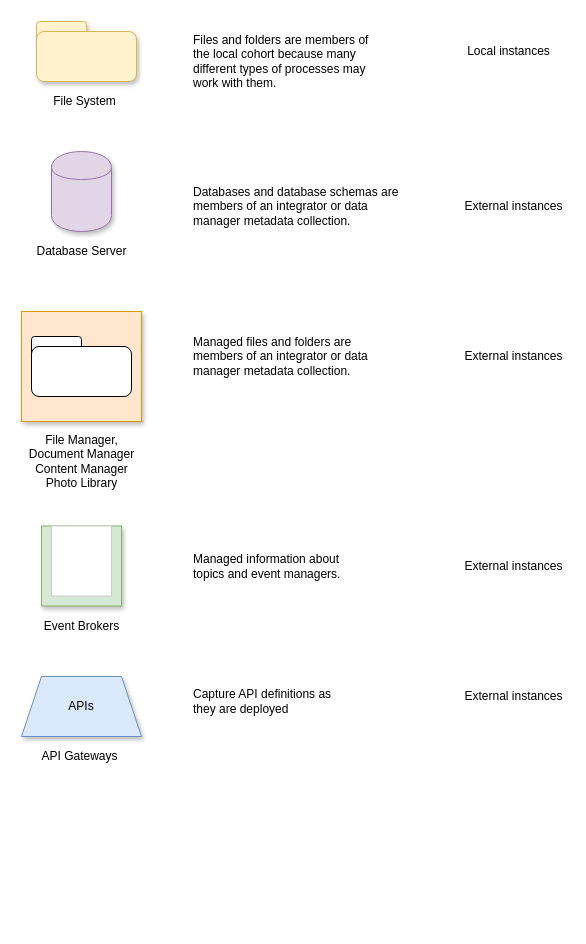
Before: page "data-managers" (1 of 5) of open-metadata-implementation/access-services/data-manager/docs/data-managers.drawio in odpi/egeria, a draw.io diagram. Source tidied: cells renumbered, new cells numbered last; positions are measured from the earlier drawing's top-left corner, leaving out a move shared by most shapes. Both pictures are drawn from the tidied source at 100%, with x=0, y=0 at pixel (21, 21).
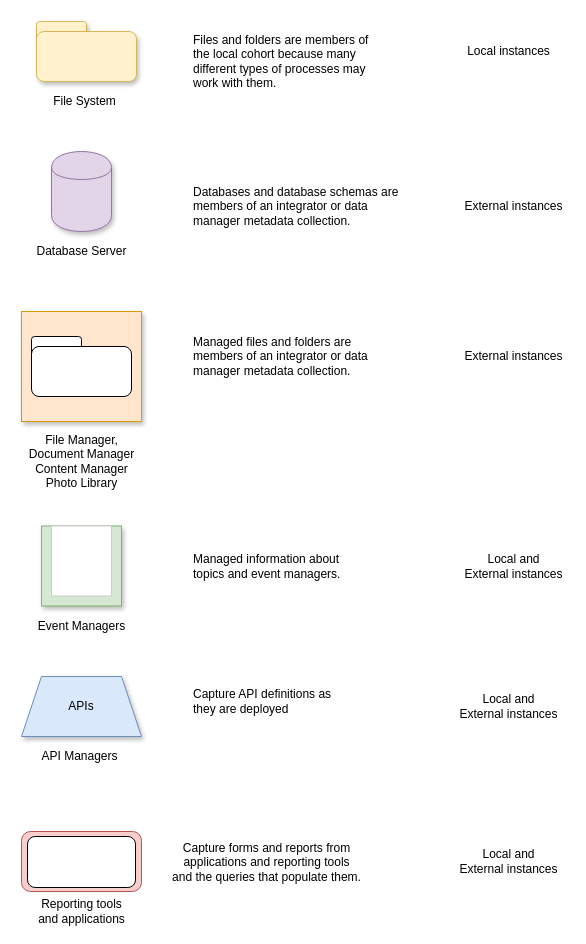
After the change.

Change to the diagram source:
```diff
@@
-    <mxCell id="19" value="Event Brokers" style="text;html=1;align=center;verticalAlign=middle;" parent="1" vertex="1">
-      <mxGeometry x="15" y="594.5" width="90" height="20" as="geometry" />
+    <mxCell id="19" value="Event Managers" style="text;html=1;align=center;verticalAlign=middle;" parent="1" vertex="1">
+      <mxGeometry x="10" y="594.5" width="100" height="20" as="geometry" />
     </mxCell>
@@
-    <mxCell id="21" value="External instances" style="text;html=1;align=center;verticalAlign=middle;" parent="1" vertex="1">
-      <mxGeometry x="437" y="535" width="110" height="20" as="geometry" />
+    <mxCell id="21" value="Local and&lt;br&gt;External instances" style="text;html=1;align=center;verticalAlign=middle;" parent="1" vertex="1">
+      <mxGeometry x="437" y="530" width="110" height="30" as="geometry" />
     </mxCell>
@@
-    <mxCell id="25" value="API Gateways" style="text;html=1;align=center;verticalAlign=middle;" parent="1" vertex="1">
+    <mxCell id="25" value="API Managers" style="text;html=1;align=center;verticalAlign=middle;" parent="1" vertex="1">
       <mxGeometry x="12.5" y="725" width="90" height="20" as="geometry" />
     </mxCell>
@@
-    <mxCell id="27" value="External instances" style="text;html=1;align=center;verticalAlign=middle;" parent="1" vertex="1">
-      <mxGeometry x="437" y="665" width="110" height="20" as="geometry" />
-    </mxCell>
+    <mxCell id="28" style="rounded=1;whiteSpace=wrap;html=1;fillColor=#f8cecc;strokeColor=#b85450;" parent="1" vertex="1">
+      <mxGeometry y="810" width="120" height="60" as="geometry" />
+    </mxCell>
+    <mxCell id="29" style="rounded=1;whiteSpace=wrap;html=1;" parent="1" vertex="1">
+      <mxGeometry x="6" y="815" width="108" height="51" as="geometry" />
+    </mxCell>
+    <mxCell id="30" value="Reporting tools&lt;br&gt;and applications" style="text;html=1;align=center;verticalAlign=middle;strokeColor=none;" parent="1" vertex="1">
+      <mxGeometry x="10" y="875" width="100" height="30" as="geometry" />
+    </mxCell>
+    <mxCell id="31" value="Capture forms and reports from&lt;br&gt;applications and reporting tools&lt;br&gt;and the queries that populate them." style="text;html=1;align=center;verticalAlign=middle;strokeColor=none;" parent="1" vertex="1">
+      <mxGeometry x="145" y="815.5" width="200" height="50" as="geometry" />
+    </mxCell>
+    <mxCell id="32" value="Local and&lt;br&gt;External instances" style="text;html=1;align=center;verticalAlign=middle;" parent="1" vertex="1">
+      <mxGeometry x="432" y="670" width="110" height="30" as="geometry" />
+    </mxCell>
+    <mxCell id="33" value="Local and&lt;br&gt;External instances" style="text;html=1;align=center;verticalAlign=middle;" parent="1" vertex="1">
+      <mxGeometry x="432" y="825" width="110" height="30" as="geometry" />
+    </mxCell>
```
